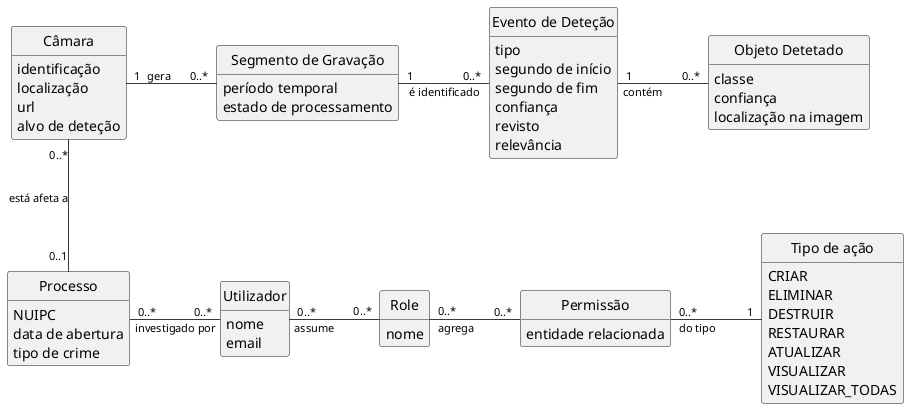
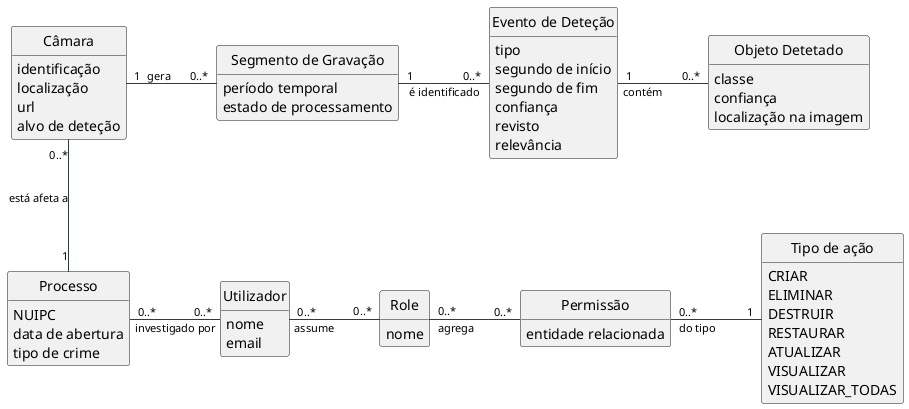
@startuml domain-model




hide circle
hide methods
skinparam classAttributeIconSize 0

skinparam linetype ortho
skinparam shadowing false
skinparam nodesep 90
skinparam ranksep 75
skinparam ArrowFontSize 11
skinparam ArrowThickness 1
skinparam ArrowColor #2F3A4A



class "Utilizador" as Utilizador {
  nome
  email
}

class "Role" as Role {
  nome
}

class "Permissão" as Permissao {
  entidade relacionada
}

class "Processo" as Processo {
  NUIPC
  data de abertura
  tipo de crime
}

class "Câmara" as Camara {
  identificação
  localização
  url
  alvo de deteção
}

class "Segmento de Gravação" as SegmentoGravacao {
  período temporal
  estado de processamento
}

class "Evento de Deteção" as EventoDetecao {
  tipo
  segundo de início
  segundo de fim
  confiança
  revisto
  relevância
}

class "Objeto Detetado" as ObjetoDetetado {
  classe
  confiança
  localização na imagem
}



' enum "classe de deteção" as DetectionTargetClass {
'   person
'   vehicle
' }

' enum "estado de processamento" as SegmentStatus {
'   pending
'   queued
'   processing
'   detected
'   not_detected
'   failed
'   skipped
' }

enum "Tipo de ação" as Action {
  CRIAR
  ELIMINAR
  DESTRUIR
  RESTAURAR
  ATUALIZAR
  VISUALIZAR
  VISUALIZAR_TODAS
}


Utilizador "0..*" -right- "0..*" Role : assume
Role "0..*" -right- "0..*" Permissao : agrega
Permissao  "0..*" -right-  "1" Action : do tipo

Processo "0..*" -right- "0..*" Utilizador : investigado por
- Camara "0..*" -down- "0..1" Processo : está afeta a
+ Camara "0..*" -down- "1" Processo : está afeta a
 ' Camara "1" .. "1" DetectionTargetClass : asd

Camara "1" -right- "0..*" SegmentoGravacao : gera
SegmentoGravacao "1" -right- "0..*" EventoDetecao : é identificado
' SegmentoGravacao "1" -right- "1" SegmentStatus : tem estado
EventoDetecao "1" -right- "0..*" ObjetoDetetado : contém




@enduml
